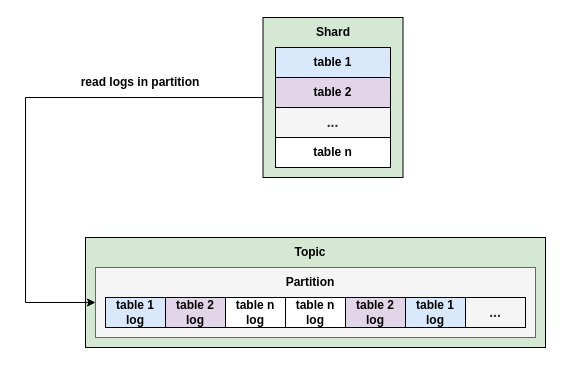
Earlier version of the draw.io diagram kafkashard.drawio (Rachelint/drawio-store). Source tidied: cells renumbered, new cells numbered last; positions are measured from the earlier drawing's top-left corner, leaving out a move shared by most shapes. Both pictures are drawn from the tidied source at 100%, with x=0, y=0 at pixel (25, 17).
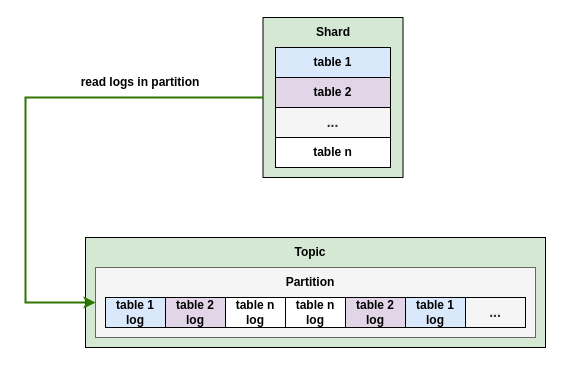
Above is the later version.

Unchanged cells that the change refers to:
```xml
<mxCell id="2" style="rounded=0;whiteSpace=wrap;html=1;fillColor=#d5e8d4;strokeColor=#000000;fontStyle=1;" parent="1" vertex="1">
  <mxGeometry x="237.5" width="140" height="160" as="geometry" />
</mxCell>
<mxCell id="4" style="rounded=0;whiteSpace=wrap;html=1;fillColor=#f5f5f5;strokeColor=#666666;fontColor=#333333;fontStyle=1;" parent="1" vertex="1">
  <mxGeometry x="70" y="250" width="440" height="70" as="geometry" />
</mxCell>
```

Diff of the diagram source:
```diff
@@
-    <mxCell id="15" style="edgeStyle=orthogonalEdgeStyle;rounded=0;jettySize=auto;html=1;exitX=0;exitY=0.5;exitDx=0;exitDy=0;entryX=0;entryY=0.5;entryDx=0;entryDy=0;fontStyle=1;" parent="1" edge="1" source="2" target="4">
+    <mxCell id="15" style="edgeStyle=orthogonalEdgeStyle;rounded=0;jettySize=auto;html=1;exitX=0;exitY=0.5;exitDx=0;exitDy=0;entryX=0;entryY=0.5;entryDx=0;entryDy=0;fontStyle=1;fillColor=#60a917;strokeColor=#2D7600;strokeWidth=2;" parent="1" edge="1" source="2" target="4">
       <mxGeometry relative="1" as="geometry">
         <Array as="points">
           <mxPoint y="80" />
           <mxPoint y="285" />
         </Array>
       </mxGeometry>
     </mxCell>
```
